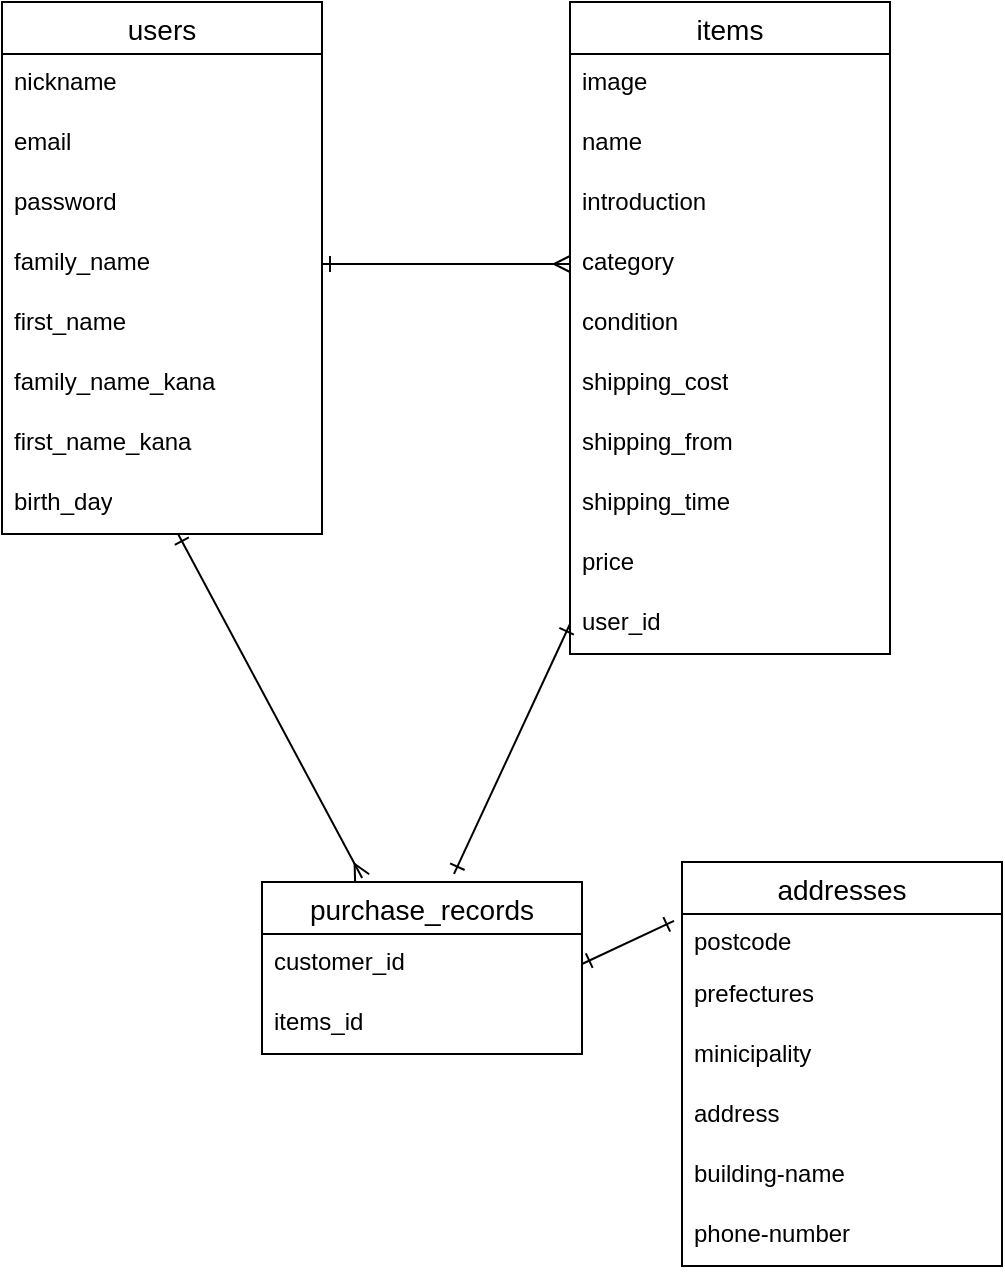
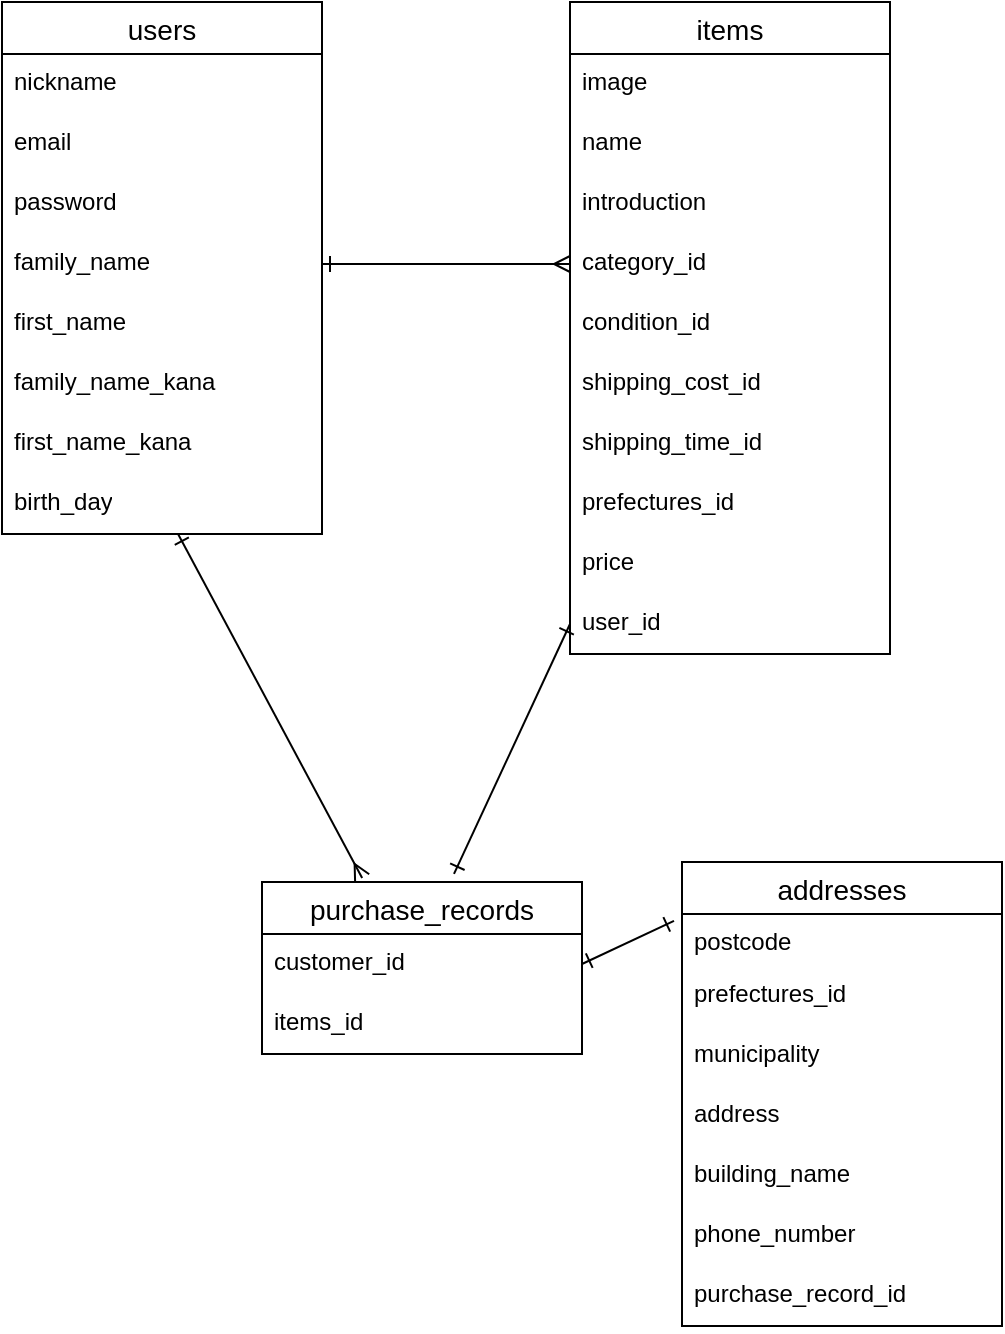
<mxfile host="65bd71144e">
    <diagram id="sRSdjxHEQxwauVT1pr1j" name="ページ1">
        <mxGraphModel dx="977" dy="779" grid="1" gridSize="10" guides="1" tooltips="1" connect="1" arrows="1" fold="1" page="1" pageScale="1" pageWidth="827" pageHeight="1169" math="0" shadow="0">
            <root>
                <mxCell id="0"/>
                <mxCell id="1" parent="0"/>
                <mxCell id="2" value="users" style="swimlane;fontStyle=0;childLayout=stackLayout;horizontal=1;startSize=26;horizontalStack=0;resizeParent=1;resizeParentMax=0;resizeLast=0;collapsible=1;marginBottom=0;align=center;fontSize=14;" parent="1" vertex="1">
                    <mxGeometry x="50" y="20" width="160" height="266" as="geometry"/>
                </mxCell>
                <mxCell id="3" value="nickname" style="text;strokeColor=none;fillColor=none;spacingLeft=4;spacingRight=4;overflow=hidden;rotatable=0;points=[[0,0.5],[1,0.5]];portConstraint=eastwest;fontSize=12;whiteSpace=wrap;html=1;" parent="2" vertex="1">
                    <mxGeometry y="26" width="160" height="30" as="geometry"/>
                </mxCell>
                <mxCell id="4" value="email" style="text;strokeColor=none;fillColor=none;spacingLeft=4;spacingRight=4;overflow=hidden;rotatable=0;points=[[0,0.5],[1,0.5]];portConstraint=eastwest;fontSize=12;whiteSpace=wrap;html=1;" parent="2" vertex="1">
                    <mxGeometry y="56" width="160" height="30" as="geometry"/>
                </mxCell>
                <mxCell id="5" value="password" style="text;strokeColor=none;fillColor=none;spacingLeft=4;spacingRight=4;overflow=hidden;rotatable=0;points=[[0,0.5],[1,0.5]];portConstraint=eastwest;fontSize=12;whiteSpace=wrap;html=1;" parent="2" vertex="1">
                    <mxGeometry y="86" width="160" height="30" as="geometry"/>
                </mxCell>
                <mxCell id="48" value="family_name" style="text;strokeColor=none;fillColor=none;spacingLeft=4;spacingRight=4;overflow=hidden;rotatable=0;points=[[0,0.5],[1,0.5]];portConstraint=eastwest;fontSize=12;whiteSpace=wrap;html=1;" parent="2" vertex="1">
                    <mxGeometry y="116" width="160" height="30" as="geometry"/>
                </mxCell>
                <mxCell id="35" value="first_name" style="text;strokeColor=none;fillColor=none;spacingLeft=4;spacingRight=4;overflow=hidden;rotatable=0;points=[[0,0.5],[1,0.5]];portConstraint=eastwest;fontSize=12;whiteSpace=wrap;html=1;" parent="2" vertex="1">
                    <mxGeometry y="146" width="160" height="30" as="geometry"/>
                </mxCell>
                <mxCell id="31" value="family_name_kana" style="text;strokeColor=none;fillColor=none;spacingLeft=4;spacingRight=4;overflow=hidden;rotatable=0;points=[[0,0.5],[1,0.5]];portConstraint=eastwest;fontSize=12;whiteSpace=wrap;html=1;" parent="2" vertex="1">
                    <mxGeometry y="176" width="160" height="30" as="geometry"/>
                </mxCell>
                <mxCell id="49" value="first_name_kana" style="text;strokeColor=none;fillColor=none;spacingLeft=4;spacingRight=4;overflow=hidden;rotatable=0;points=[[0,0.5],[1,0.5]];portConstraint=eastwest;fontSize=12;whiteSpace=wrap;html=1;" parent="2" vertex="1">
                    <mxGeometry y="206" width="160" height="30" as="geometry"/>
                </mxCell>
                <mxCell id="36" value="birth_day" style="text;strokeColor=none;fillColor=none;spacingLeft=4;spacingRight=4;overflow=hidden;rotatable=0;points=[[0,0.5],[1,0.5]];portConstraint=eastwest;fontSize=12;whiteSpace=wrap;html=1;" parent="2" vertex="1">
                    <mxGeometry y="236" width="160" height="30" as="geometry"/>
                </mxCell>
                <mxCell id="18" value="addresses" style="swimlane;fontStyle=0;childLayout=stackLayout;horizontal=1;startSize=26;horizontalStack=0;resizeParent=1;resizeParentMax=0;resizeLast=0;collapsible=1;marginBottom=0;align=center;fontSize=14;" parent="1" vertex="1">
-                     <mxGeometry x="390" y="450" width="160" height="202" as="geometry"/>
+                     <mxGeometry x="390" y="450" width="160" height="232" as="geometry"/>
                </mxCell>
                <mxCell id="19" value="postcode" style="text;strokeColor=none;fillColor=none;spacingLeft=4;spacingRight=4;overflow=hidden;rotatable=0;points=[[0,0.5],[1,0.5]];portConstraint=eastwest;fontSize=12;whiteSpace=wrap;html=1;" parent="18" vertex="1">
                    <mxGeometry y="26" width="160" height="26" as="geometry"/>
                </mxCell>
-                 <mxCell id="43" value="prefectures" style="text;strokeColor=none;fillColor=none;spacingLeft=4;spacingRight=4;overflow=hidden;rotatable=0;points=[[0,0.5],[1,0.5]];portConstraint=eastwest;fontSize=12;whiteSpace=wrap;html=1;" parent="18" vertex="1">
+                 <mxCell id="43" value="prefectures_id" style="text;strokeColor=none;fillColor=none;spacingLeft=4;spacingRight=4;overflow=hidden;rotatable=0;points=[[0,0.5],[1,0.5]];portConstraint=eastwest;fontSize=12;whiteSpace=wrap;html=1;" parent="18" vertex="1">
                    <mxGeometry y="52" width="160" height="30" as="geometry"/>
                </mxCell>
-                 <mxCell id="44" value="minicipality" style="text;strokeColor=none;fillColor=none;spacingLeft=4;spacingRight=4;overflow=hidden;rotatable=0;points=[[0,0.5],[1,0.5]];portConstraint=eastwest;fontSize=12;whiteSpace=wrap;html=1;" parent="18" vertex="1">
+                 <mxCell id="44" value="municipality" style="text;strokeColor=none;fillColor=none;spacingLeft=4;spacingRight=4;overflow=hidden;rotatable=0;points=[[0,0.5],[1,0.5]];portConstraint=eastwest;fontSize=12;whiteSpace=wrap;html=1;" parent="18" vertex="1">
                    <mxGeometry y="82" width="160" height="30" as="geometry"/>
                </mxCell>
                <mxCell id="45" value="address" style="text;strokeColor=none;fillColor=none;spacingLeft=4;spacingRight=4;overflow=hidden;rotatable=0;points=[[0,0.5],[1,0.5]];portConstraint=eastwest;fontSize=12;whiteSpace=wrap;html=1;" parent="18" vertex="1">
                    <mxGeometry y="112" width="160" height="30" as="geometry"/>
                </mxCell>
-                 <mxCell id="46" value="building-name" style="text;strokeColor=none;fillColor=none;spacingLeft=4;spacingRight=4;overflow=hidden;rotatable=0;points=[[0,0.5],[1,0.5]];portConstraint=eastwest;fontSize=12;whiteSpace=wrap;html=1;" parent="18" vertex="1">
+                 <mxCell id="46" value="building_name" style="text;strokeColor=none;fillColor=none;spacingLeft=4;spacingRight=4;overflow=hidden;rotatable=0;points=[[0,0.5],[1,0.5]];portConstraint=eastwest;fontSize=12;whiteSpace=wrap;html=1;" parent="18" vertex="1">
                    <mxGeometry y="142" width="160" height="30" as="geometry"/>
                </mxCell>
-                 <mxCell id="47" value="phone-number" style="text;strokeColor=none;fillColor=none;spacingLeft=4;spacingRight=4;overflow=hidden;rotatable=0;points=[[0,0.5],[1,0.5]];portConstraint=eastwest;fontSize=12;whiteSpace=wrap;html=1;" parent="18" vertex="1">
+                 <mxCell id="47" value="phone_number" style="text;strokeColor=none;fillColor=none;spacingLeft=4;spacingRight=4;overflow=hidden;rotatable=0;points=[[0,0.5],[1,0.5]];portConstraint=eastwest;fontSize=12;whiteSpace=wrap;html=1;" parent="18" vertex="1">
                    <mxGeometry y="172" width="160" height="30" as="geometry"/>
+                 </mxCell>
+                 <mxCell id="73" value="purchase_record_id" style="text;strokeColor=none;fillColor=none;spacingLeft=4;spacingRight=4;overflow=hidden;rotatable=0;points=[[0,0.5],[1,0.5]];portConstraint=eastwest;fontSize=12;whiteSpace=wrap;html=1;" vertex="1" parent="18">
+                     <mxGeometry y="202" width="160" height="30" as="geometry"/>
                </mxCell>
                <mxCell id="22" value="items" style="swimlane;fontStyle=0;childLayout=stackLayout;horizontal=1;startSize=26;horizontalStack=0;resizeParent=1;resizeParentMax=0;resizeLast=0;collapsible=1;marginBottom=0;align=center;fontSize=14;" parent="1" vertex="1">
                    <mxGeometry x="334" y="20" width="160" height="326" as="geometry"/>
                </mxCell>
                <mxCell id="23" value="image" style="text;strokeColor=none;fillColor=none;spacingLeft=4;spacingRight=4;overflow=hidden;rotatable=0;points=[[0,0.5],[1,0.5]];portConstraint=eastwest;fontSize=12;whiteSpace=wrap;html=1;" parent="22" vertex="1">
                    <mxGeometry y="26" width="160" height="30" as="geometry"/>
                </mxCell>
                <mxCell id="24" value="name" style="text;strokeColor=none;fillColor=none;spacingLeft=4;spacingRight=4;overflow=hidden;rotatable=0;points=[[0,0.5],[1,0.5]];portConstraint=eastwest;fontSize=12;whiteSpace=wrap;html=1;" parent="22" vertex="1">
                    <mxGeometry y="56" width="160" height="30" as="geometry"/>
                </mxCell>
                <mxCell id="25" value="introduction" style="text;strokeColor=none;fillColor=none;spacingLeft=4;spacingRight=4;overflow=hidden;rotatable=0;points=[[0,0.5],[1,0.5]];portConstraint=eastwest;fontSize=12;whiteSpace=wrap;html=1;" parent="22" vertex="1">
                    <mxGeometry y="86" width="160" height="30" as="geometry"/>
                </mxCell>
-                 <mxCell id="54" value="category" style="text;strokeColor=none;fillColor=none;spacingLeft=4;spacingRight=4;overflow=hidden;rotatable=0;points=[[0,0.5],[1,0.5]];portConstraint=eastwest;fontSize=12;whiteSpace=wrap;html=1;" vertex="1" parent="22">
+                 <mxCell id="54" value="category_id" style="text;strokeColor=none;fillColor=none;spacingLeft=4;spacingRight=4;overflow=hidden;rotatable=0;points=[[0,0.5],[1,0.5]];portConstraint=eastwest;fontSize=12;whiteSpace=wrap;html=1;" vertex="1" parent="22">
                    <mxGeometry y="116" width="160" height="30" as="geometry"/>
                </mxCell>
-                 <mxCell id="50" value="condition" style="text;strokeColor=none;fillColor=none;spacingLeft=4;spacingRight=4;overflow=hidden;rotatable=0;points=[[0,0.5],[1,0.5]];portConstraint=eastwest;fontSize=12;whiteSpace=wrap;html=1;" parent="22" vertex="1">
+                 <mxCell id="50" value="condition_id" style="text;strokeColor=none;fillColor=none;spacingLeft=4;spacingRight=4;overflow=hidden;rotatable=0;points=[[0,0.5],[1,0.5]];portConstraint=eastwest;fontSize=12;whiteSpace=wrap;html=1;" parent="22" vertex="1">
                    <mxGeometry y="146" width="160" height="30" as="geometry"/>
                </mxCell>
-                 <mxCell id="51" value="shipping_cost" style="text;strokeColor=none;fillColor=none;spacingLeft=4;spacingRight=4;overflow=hidden;rotatable=0;points=[[0,0.5],[1,0.5]];portConstraint=eastwest;fontSize=12;whiteSpace=wrap;html=1;" parent="22" vertex="1">
+                 <mxCell id="51" value="shipping_cost_id" style="text;strokeColor=none;fillColor=none;spacingLeft=4;spacingRight=4;overflow=hidden;rotatable=0;points=[[0,0.5],[1,0.5]];portConstraint=eastwest;fontSize=12;whiteSpace=wrap;html=1;" parent="22" vertex="1">
                    <mxGeometry y="176" width="160" height="30" as="geometry"/>
                </mxCell>
-                 <mxCell id="39" value="shipping_from" style="text;strokeColor=none;fillColor=none;spacingLeft=4;spacingRight=4;overflow=hidden;rotatable=0;points=[[0,0.5],[1,0.5]];portConstraint=eastwest;fontSize=12;whiteSpace=wrap;html=1;" parent="22" vertex="1">
+                 <mxCell id="52" value="shipping_time_id" style="text;strokeColor=none;fillColor=none;spacingLeft=4;spacingRight=4;overflow=hidden;rotatable=0;points=[[0,0.5],[1,0.5]];portConstraint=eastwest;fontSize=12;whiteSpace=wrap;html=1;" parent="22" vertex="1">
                    <mxGeometry y="206" width="160" height="30" as="geometry"/>
                </mxCell>
-                 <mxCell id="52" value="shipping_time" style="text;strokeColor=none;fillColor=none;spacingLeft=4;spacingRight=4;overflow=hidden;rotatable=0;points=[[0,0.5],[1,0.5]];portConstraint=eastwest;fontSize=12;whiteSpace=wrap;html=1;" parent="22" vertex="1">
+                 <mxCell id="39" value="prefectures_id" style="text;strokeColor=none;fillColor=none;spacingLeft=4;spacingRight=4;overflow=hidden;rotatable=0;points=[[0,0.5],[1,0.5]];portConstraint=eastwest;fontSize=12;whiteSpace=wrap;html=1;" parent="22" vertex="1">
                    <mxGeometry y="236" width="160" height="30" as="geometry"/>
                </mxCell>
                <mxCell id="40" value="price" style="text;strokeColor=none;fillColor=none;spacingLeft=4;spacingRight=4;overflow=hidden;rotatable=0;points=[[0,0.5],[1,0.5]];portConstraint=eastwest;fontSize=12;whiteSpace=wrap;html=1;" parent="22" vertex="1">
                    <mxGeometry y="266" width="160" height="30" as="geometry"/>
                </mxCell>
                <mxCell id="41" value="user_id" style="text;strokeColor=none;fillColor=none;spacingLeft=4;spacingRight=4;overflow=hidden;rotatable=0;points=[[0,0.5],[1,0.5]];portConstraint=eastwest;fontSize=12;whiteSpace=wrap;html=1;" parent="22" vertex="1">
                    <mxGeometry y="296" width="160" height="30" as="geometry"/>
                </mxCell>
                <mxCell id="26" value="purchase_records" style="swimlane;fontStyle=0;childLayout=stackLayout;horizontal=1;startSize=26;horizontalStack=0;resizeParent=1;resizeParentMax=0;resizeLast=0;collapsible=1;marginBottom=0;align=center;fontSize=14;" parent="1" vertex="1">
                    <mxGeometry x="180" y="460" width="160" height="86" as="geometry"/>
                </mxCell>
                <mxCell id="27" value="customer_id" style="text;strokeColor=none;fillColor=none;spacingLeft=4;spacingRight=4;overflow=hidden;rotatable=0;points=[[0,0.5],[1,0.5]];portConstraint=eastwest;fontSize=12;whiteSpace=wrap;html=1;" parent="26" vertex="1">
                    <mxGeometry y="26" width="160" height="30" as="geometry"/>
                </mxCell>
                <mxCell id="28" value="items_id" style="text;strokeColor=none;fillColor=none;spacingLeft=4;spacingRight=4;overflow=hidden;rotatable=0;points=[[0,0.5],[1,0.5]];portConstraint=eastwest;fontSize=12;whiteSpace=wrap;html=1;" parent="26" vertex="1">
                    <mxGeometry y="56" width="160" height="30" as="geometry"/>
                </mxCell>
                <mxCell id="59" style="edgeStyle=none;html=1;exitX=1;exitY=0.5;exitDx=0;exitDy=0;entryX=0;entryY=0.5;entryDx=0;entryDy=0;endArrow=ERmany;endFill=0;startArrow=ERone;startFill=0;" edge="1" parent="1" source="48" target="54">
                    <mxGeometry relative="1" as="geometry"/>
                </mxCell>
                <mxCell id="64" style="edgeStyle=none;html=1;exitX=1;exitY=0.5;exitDx=0;exitDy=0;entryX=-0.025;entryY=0.133;entryDx=0;entryDy=0;entryPerimeter=0;endArrow=ERone;endFill=0;startArrow=ERone;startFill=0;" edge="1" parent="1" source="27" target="19">
                    <mxGeometry relative="1" as="geometry"/>
                </mxCell>
                <mxCell id="71" style="edgeStyle=none;html=1;entryX=0.313;entryY=-0.023;entryDx=0;entryDy=0;entryPerimeter=0;endArrow=ERmany;endFill=0;startArrow=ERone;startFill=0;" edge="1" parent="1" source="36" target="26">
                    <mxGeometry relative="1" as="geometry"/>
                </mxCell>
                <mxCell id="72" style="edgeStyle=none;html=1;exitX=0;exitY=0.5;exitDx=0;exitDy=0;entryX=0.6;entryY=-0.047;entryDx=0;entryDy=0;entryPerimeter=0;endArrow=ERone;endFill=0;startArrow=ERone;startFill=0;" edge="1" parent="1" source="41" target="26">
                    <mxGeometry relative="1" as="geometry"/>
                </mxCell>
            </root>
        </mxGraphModel>
    </diagram>
</mxfile>